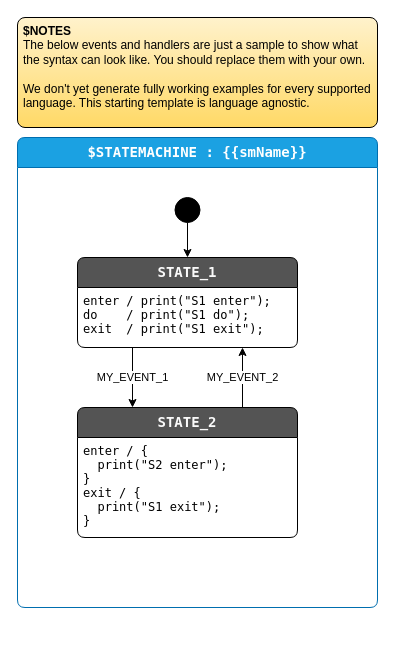
StateSmith/StateSmith keeps this draw.io diagram as src/StateSmith.Cli/Create/Templates/drawio-simple-1/diagram.drawio. Above is the earlier version. Source tidied: cells renumbered, new cells numbered last; positions are measured from the earlier drawing's top-left corner, leaving out a move shared by most shapes. Both pictures are drawn from the tidied source at 100%, with x=0, y=0 at pixel (17, 17).
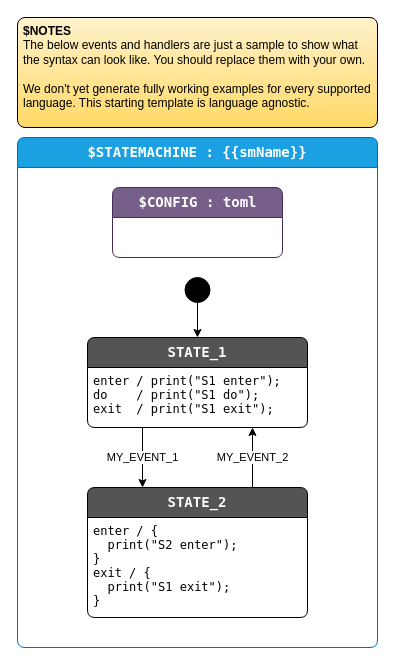
The same diagram, later.

What changed in the source:
```diff
@@
 <mxGraphModel>
   <root>
     <mxCell id="0" />
     <mxCell id="1" parent="0" />
     <mxCell id="2" value="&lt;b&gt;$NOTES&lt;/b&gt;&lt;br&gt;The below events and handlers are just a sample to show what the syntax can&amp;nbsp;look like. You should replace them with your own.&lt;br&gt;&lt;br&gt;We don't yet generate fully working examples for every supported language. This starting template is language agnostic." style="shape=rectangle;rounded=1;arcSize=15;absoluteArcSize=1;align=left;verticalAlign=top;whiteSpace=wrap;html=1;spacingLeft=4;strokeWidth=1;strokeColor=default;fillColor=#fff2cc;fontColor=#000000;gradientColor=#ffd966;" parent="1" vertex="1">
       <mxGeometry width="360" height="110" as="geometry" />
     </mxCell>
     <mxCell id="3" value="$STATEMACHINE : {{smName}}" style="shape=swimlane;align=center;verticalAlign=top;fontFamily=Lucida Console;startSize=30;fontSize=14;fontStyle=1;fontColor=#ffffff;fillColor=#1ba1e2;swimlaneFillColor=default;rounded=1;arcSize=15;absoluteArcSize=1;strokeColor=#006EAF;" parent="1" vertex="1">
-      <mxGeometry y="120" width="360" height="470" as="geometry" />
+      <mxGeometry y="120" width="360" height="510" as="geometry" />
     </mxCell>
     <mxCell id="4" value=" " style="fontFamily=Lucida Console;align=left;verticalAlign=top;fillColor=none;gradientColor=none;strokeColor=none;rounded=0;spacingLeft=4;" parent="3" vertex="1">
       <mxGeometry y="30" width="30" height="20" as="geometry" />
     </mxCell>
     <mxCell id="5" value="$initial_state" style="shape=ellipse;fillColor=#000000;noLabel=1;" parent="3" vertex="1">
-      <mxGeometry x="157.5" y="60" width="25" height="25" as="geometry" />
+      <mxGeometry x="167.5" y="140" width="25" height="25" as="geometry" />
     </mxCell>
     <mxCell id="6" value="MY_EVENT_1" style="edgeStyle=orthogonalEdgeStyle;rounded=0;jettySize=auto;html=1;exitX=0.25;exitY=1;exitDx=0;exitDy=0;entryX=0.25;entryY=0;entryDx=0;entryDy=0;" parent="3" edge="1" source="7" target="10">
       <mxGeometry relative="1" as="geometry" />
     </mxCell>
     <mxCell id="7" value="STATE_1" style="shape=swimlane;align=center;verticalAlign=top;fontFamily=Lucida Console;startSize=30;fontSize=14;fontStyle=1;fontColor=#FAFAFA;fillColor=#545454;swimlaneFillColor=default;rounded=1;arcSize=15;absoluteArcSize=1;" parent="3" vertex="1">
-      <mxGeometry x="60" y="120" width="220" height="90" as="geometry" />
+      <mxGeometry x="70" y="200" width="220" height="90" as="geometry" />
     </mxCell>
     <mxCell id="8" value="enter / print(&quot;S1 enter&quot;);&#10;do    / print(&quot;S1 do&quot;);&#10;exit  / print(&quot;S1 exit&quot;);" style="fontFamily=Lucida Console;align=left;verticalAlign=top;fillColor=none;gradientColor=none;strokeColor=none;rounded=0;spacingLeft=4;" parent="7" vertex="1">
       <mxGeometry y="30" width="210" height="60" as="geometry" />
     </mxCell>
     <mxCell id="9" value="MY_EVENT_2" style="edgeStyle=orthogonalEdgeStyle;rounded=0;jettySize=auto;html=1;exitX=0.75;exitY=0;exitDx=0;exitDy=0;entryX=0.75;entryY=1;entryDx=0;entryDy=0;" parent="3" edge="1" source="10" target="7">
       <mxGeometry relative="1" as="geometry" />
     </mxCell>
     <mxCell id="10" value="STATE_2" style="shape=swimlane;align=center;verticalAlign=top;fontFamily=Lucida Console;startSize=30;fontSize=14;fontStyle=1;fontColor=#FAFAFA;fillColor=#545454;swimlaneFillColor=default;rounded=1;arcSize=15;absoluteArcSize=1;" parent="3" vertex="1">
-      <mxGeometry x="60" y="270" width="220" height="130" as="geometry" />
+      <mxGeometry x="70" y="350" width="220" height="130" as="geometry" />
     </mxCell>
     <mxCell id="11" value="enter / {&#10;  print(&quot;S2 enter&quot;);&#10;}&#10;exit / {&#10;  print(&quot;S1 exit&quot;);&#10;}" style="fontFamily=Lucida Console;align=left;verticalAlign=top;fillColor=none;gradientColor=none;strokeColor=none;rounded=0;spacingLeft=4;" parent="10" vertex="1">
       <mxGeometry y="30" width="170" height="100" as="geometry" />
     </mxCell>
     <mxCell id="12" style="rounded=0;" parent="3" edge="1" source="5" target="7">
       <mxGeometry relative="1" as="geometry" />
     </mxCell>
+    <mxCell id="13" value="$CONFIG : toml" style="shape=swimlane;align=center;verticalAlign=top;fontFamily=Lucida Console;startSize=30;fontSize=14;fontStyle=1;swimlaneFillColor=default;html=1;rounded=1;arcSize=15;absoluteArcSize=1;fillColor=#76608a;strokeColor=#432D57;fontColor=#ffffff;" parent="3" vertex="1" collapsed="1">
+      <mxGeometry x="95" y="50" width="170" height="70" as="geometry" />
+    </mxCell>
   </root>
 </mxGraphModel>
```
